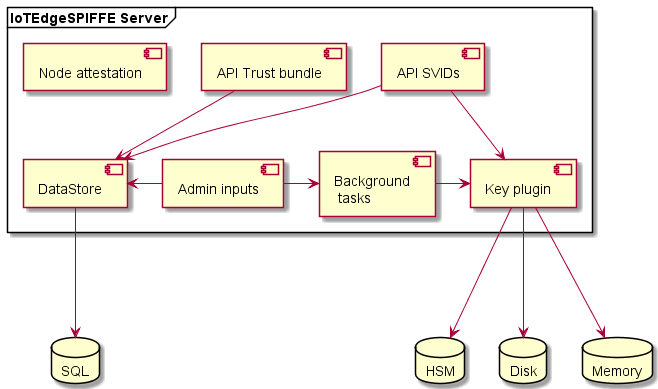
The PlantUML diagram docs/drawings/IoTEdge SPIFFE Server.png in isabella232/E4K, before a commit. Source of this version:
```plantuml
@startuml IoTEdge SPIFFE Server
database "HSM"
database "Disk"
database "SQL"
database "Memory"

frame "IoTEdgeSPIFFE Server" {

[API SVIDs]-[hidden]left->[API Trust bundle]
[API Trust bundle]-[hidden]left->[Node attestation]
[Admin inputs]-left->[DataStore]
[Admin inputs]-right->[Background\n tasks]
[API Trust bundle] -down->[DataStore]
[API SVIDs]-down->[Key plugin]
[API SVIDs]-down->[DataStore]
[Background\n tasks]-right->[Key plugin]
[DataStore] --down->[SQL]
[Key plugin] --down->[Disk]
[Key plugin] --down->[HSM]
[Key plugin] --down->[Memory]
}




@enduml
```
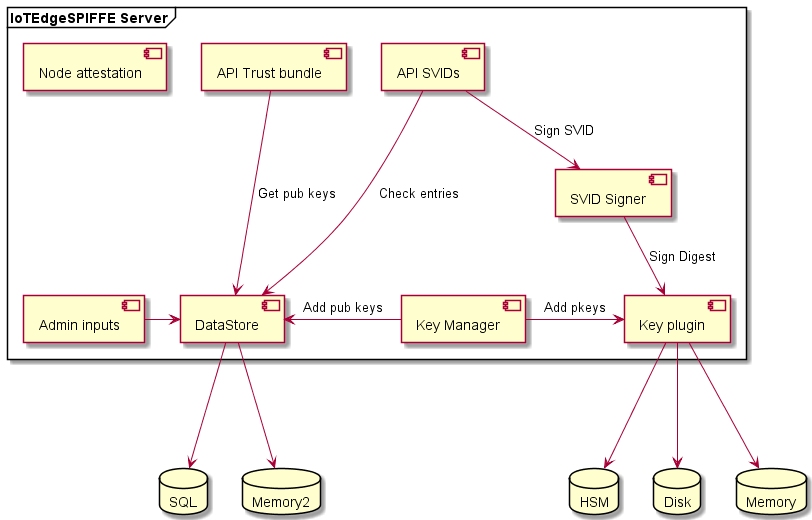
Later version of the same file.

What changed in the source:
```diff
@@ -1,20 +1,25 @@
-@startuml IoTEdge SPIFFE Server
+@startuml IoTEdge_SPIFFE_server
 database "HSM"
 database "Disk"
 database "SQL"
 database "Memory"
+database "Memory2"
 
 frame "IoTEdgeSPIFFE Server" {
 
 [API SVIDs]-[hidden]left->[API Trust bundle]
 [API Trust bundle]-[hidden]left->[Node attestation]
-[Admin inputs]-left->[DataStore]
-[Admin inputs]-right->[Background\n tasks]
-[API Trust bundle] -down->[DataStore]
-[API SVIDs]-down->[Key plugin]
-[API SVIDs]-down->[DataStore]
-[Background\n tasks]-right->[Key plugin]
+[Admin inputs]-right->[DataStore]
+
+[API Trust bundle] -down->[DataStore]: Get pub keys
+[API SVIDs]-down-->[DataStore]: Check entries
+[API SVIDs]-down->[SVID Signer]: Sign SVID
+[SVID Signer]-down-> [Key plugin] : Sign Digest
+[Key Manager]-right->[Key plugin] : Add pkeys
+[Key Manager]-left->[DataStore] : Add pub keys
+
 [DataStore] --down->[SQL]
+[DataStore] --down->[Memory2]
 [Key plugin] --down->[Disk]
 [Key plugin] --down->[HSM]
 [Key plugin] --down->[Memory]
```
